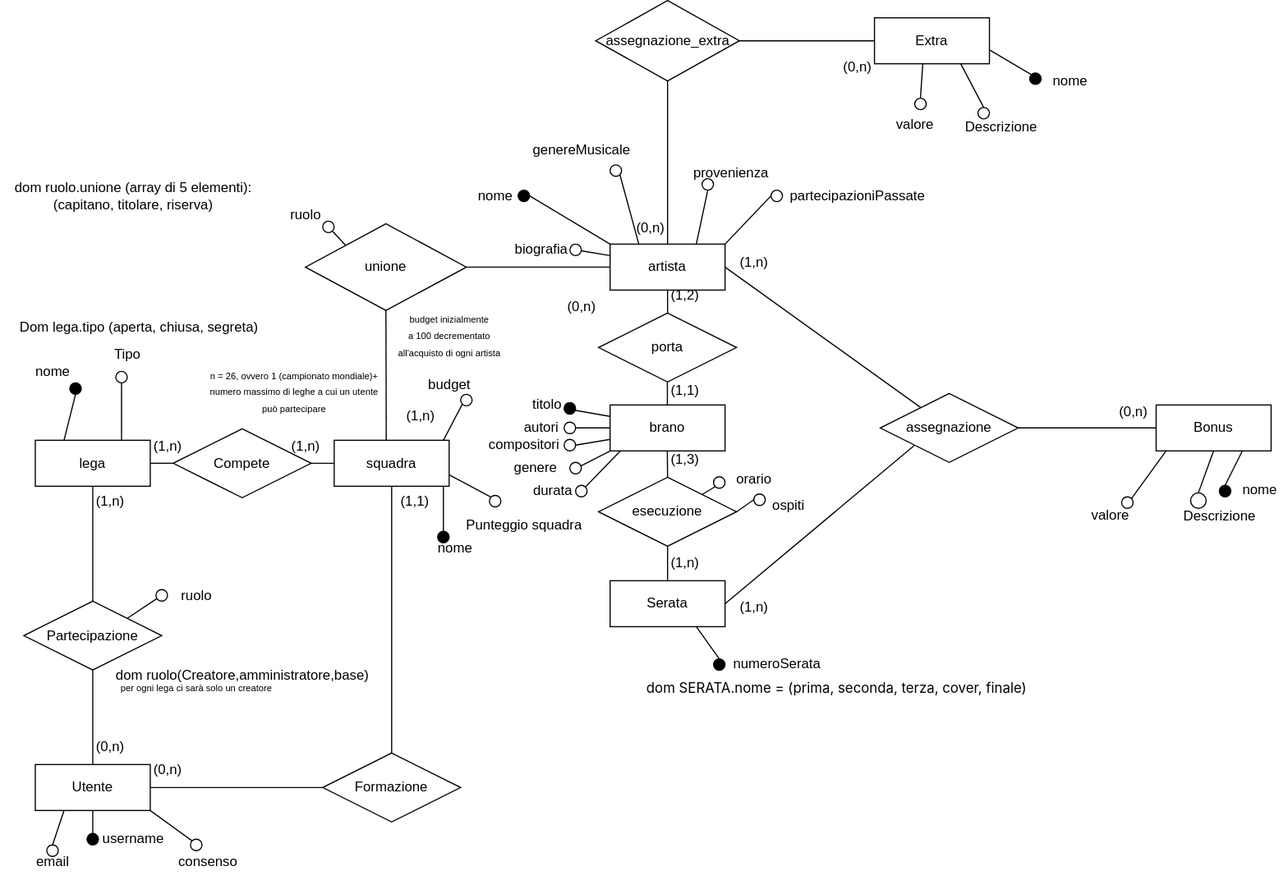
Before: ERPrimaConsegnaV2_0.drawio.svg, a diagram exported from draw.io (Gabriele-traversa/basati_datati_storati). Source tidied: cells renumbered, new cells last; positions are measured from the earlier drawing's top-left corner, leaving out a move shared by most shapes.
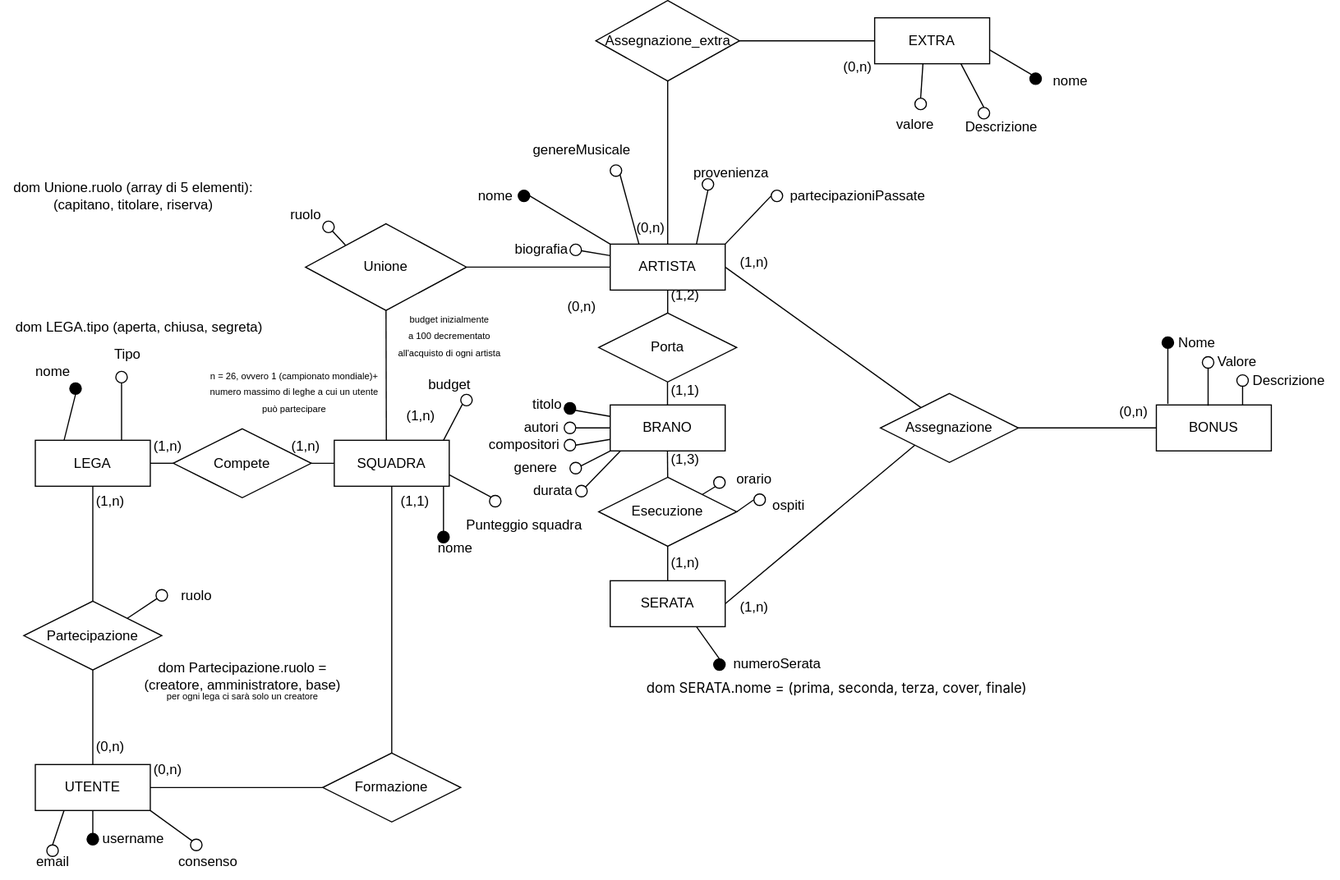
The same diagram one commit later.

Commit message:
se per caso cadesse michele de luca

Diff of the diagram source:
```diff
@@ -5,28 +5,28 @@
     <mxCell id="2" style="edgeStyle=none;html=1;exitX=1;exitY=0.5;exitDx=0;exitDy=0;entryX=0;entryY=1;entryDx=0;entryDy=0;endArrow=none;endFill=0;" parent="1" edge="1" source="3" target="10">
       <mxGeometry relative="1" as="geometry" />
     </mxCell>
-    <mxCell id="3" value="Serata" style="whiteSpace=wrap;html=1;align=center;" parent="1" vertex="1">
+    <mxCell id="3" value="SERATA" style="whiteSpace=wrap;html=1;align=center;" parent="1" vertex="1">
       <mxGeometry x="530" y="505" width="100" height="40" as="geometry" />
     </mxCell>
-    <mxCell id="4" value="esecuzione" style="shape=rhombus;perimeter=rhombusPerimeter;whiteSpace=wrap;html=1;align=center;" parent="1" vertex="1">
+    <mxCell id="4" value="Esecuzione" style="shape=rhombus;perimeter=rhombusPerimeter;whiteSpace=wrap;html=1;align=center;" parent="1" vertex="1">
       <mxGeometry x="520" y="415" width="120" height="60" as="geometry" />
     </mxCell>
-    <mxCell id="5" value="brano" style="whiteSpace=wrap;html=1;align=center;" parent="1" vertex="1">
+    <mxCell id="5" value="BRANO" style="whiteSpace=wrap;html=1;align=center;" parent="1" vertex="1">
       <mxGeometry x="530" y="352" width="100" height="40" as="geometry" />
     </mxCell>
-    <mxCell id="6" value="porta" style="shape=rhombus;perimeter=rhombusPerimeter;whiteSpace=wrap;html=1;align=center;" parent="1" vertex="1">
+    <mxCell id="6" value="Porta" style="shape=rhombus;perimeter=rhombusPerimeter;whiteSpace=wrap;html=1;align=center;" parent="1" vertex="1">
       <mxGeometry x="520" y="272" width="120" height="60" as="geometry" />
     </mxCell>
     <mxCell id="7" style="edgeStyle=none;html=1;exitX=1;exitY=0.5;exitDx=0;exitDy=0;endArrow=none;endFill=0;" parent="1" edge="1" source="8" target="10">
       <mxGeometry relative="1" as="geometry" />
     </mxCell>
-    <mxCell id="8" value="artista" style="whiteSpace=wrap;html=1;align=center;" parent="1" vertex="1">
+    <mxCell id="8" value="ARTISTA" style="whiteSpace=wrap;html=1;align=center;" parent="1" vertex="1">
       <mxGeometry x="530" y="212" width="100" height="40" as="geometry" />
     </mxCell>
     <mxCell id="9" style="edgeStyle=none;html=1;exitX=1;exitY=0.5;exitDx=0;exitDy=0;entryX=0;entryY=0.5;entryDx=0;entryDy=0;endArrow=none;endFill=0;" parent="1" edge="1" source="10" target="18">
       <mxGeometry relative="1" as="geometry" />
     </mxCell>
-    <mxCell id="10" value="assegnazione" style="shape=rhombus;perimeter=rhombusPerimeter;whiteSpace=wrap;html=1;align=center;" parent="1" vertex="1">
+    <mxCell id="10" value="Assegnazione" style="shape=rhombus;perimeter=rhombusPerimeter;whiteSpace=wrap;html=1;align=center;" parent="1" vertex="1">
       <mxGeometry x="765" y="342" width="120" height="60" as="geometry" />
     </mxCell>
     <mxCell id="11" style="edgeStyle=none;html=1;exitX=1;exitY=0.5;exitDx=0;exitDy=0;entryX=0;entryY=0.5;entryDx=0;entryDy=0;endArrow=none;endFill=0;" parent="1" edge="1" source="13" target="8">
@@ -35,7 +35,7 @@
     <mxCell id="12" style="edgeStyle=none;html=1;exitX=0.5;exitY=1;exitDx=0;exitDy=0;endArrow=none;endFill=0;entryX=0.453;entryY=-0.004;entryDx=0;entryDy=0;entryPerimeter=0;" parent="1" edge="1" source="13" target="24">
       <mxGeometry relative="1" as="geometry" />
     </mxCell>
-    <mxCell id="13" value="unione" style="shape=rhombus;perimeter=rhombusPerimeter;whiteSpace=wrap;html=1;align=center;" parent="1" vertex="1">
+    <mxCell id="13" value="Unione" style="shape=rhombus;perimeter=rhombusPerimeter;whiteSpace=wrap;html=1;align=center;" parent="1" vertex="1">
       <mxGeometry x="265" y="194.2" width="140" height="75.5" as="geometry" />
     </mxCell>
     <mxCell id="14" style="endArrow=none;html=1;rounded=0;entryX=0.5;entryY=1;entryDx=0;entryDy=0;exitX=0.5;exitY=0;exitDx=0;exitDy=0;" parent="1" edge="1" source="6" target="8">
@@ -57,7 +57,7 @@
         <mxPoint x="580" y="475" as="targetPoint" />
       </mxGeometry>
     </mxCell>
-    <mxCell id="18" value="Bonus" style="whiteSpace=wrap;html=1;align=center;" parent="1" vertex="1">
+    <mxCell id="18" value="BONUS" style="whiteSpace=wrap;html=1;align=center;" parent="1" vertex="1">
       <mxGeometry x="1005" y="352" width="100" height="40" as="geometry" />
     </mxCell>
     <mxCell id="19" style="edgeStyle=none;html=1;exitX=1;exitY=0.5;exitDx=0;exitDy=0;entryX=0;entryY=0.5;entryDx=0;entryDy=0;endArrow=none;endFill=0;" parent="1" edge="1" source="21" target="22">
@@ -66,16 +66,16 @@
     <mxCell id="20" style="edgeStyle=none;html=1;exitX=0.5;exitY=1;exitDx=0;exitDy=0;endArrow=none;endFill=0;" parent="1" edge="1" source="21" target="8">
       <mxGeometry relative="1" as="geometry" />
     </mxCell>
-    <mxCell id="21" value="assegnazione_extra" style="shape=rhombus;perimeter=rhombusPerimeter;whiteSpace=wrap;html=1;align=center;" parent="1" vertex="1">
+    <mxCell id="21" value="Assegnazione_extra" style="shape=rhombus;perimeter=rhombusPerimeter;whiteSpace=wrap;html=1;align=center;" parent="1" vertex="1">
       <mxGeometry x="517.5" width="125" height="70" as="geometry" />
     </mxCell>
-    <mxCell id="22" value="Extra" style="whiteSpace=wrap;html=1;align=center;" parent="1" vertex="1">
+    <mxCell id="22" value="EXTRA" style="whiteSpace=wrap;html=1;align=center;" parent="1" vertex="1">
       <mxGeometry x="760" y="15" width="100" height="40" as="geometry" />
     </mxCell>
     <mxCell id="23" style="edgeStyle=none;html=1;exitX=0.5;exitY=1;exitDx=0;exitDy=0;entryX=0.5;entryY=0;entryDx=0;entryDy=0;endArrow=none;endFill=0;" parent="1" edge="1" source="24" target="33">
       <mxGeometry relative="1" as="geometry" />
     </mxCell>
-    <mxCell id="24" value="squadra" style="whiteSpace=wrap;html=1;align=center;" parent="1" vertex="1">
+    <mxCell id="24" value="SQUADRA" style="whiteSpace=wrap;html=1;align=center;" parent="1" vertex="1">
       <mxGeometry x="290" y="382.8" width="100" height="40" as="geometry" />
     </mxCell>
     <mxCell id="25" value="orario" style="text;html=1;align=center;verticalAlign=middle;strokeColor=none;fillColor=none;" parent="1" vertex="1">
@@ -87,7 +87,7 @@
     <mxCell id="27" style="edgeStyle=none;html=1;exitX=0.5;exitY=1;exitDx=0;exitDy=0;entryX=0.5;entryY=0;entryDx=0;entryDy=0;endArrow=none;endFill=0;" parent="1" edge="1" source="28" target="54">
       <mxGeometry relative="1" as="geometry" />
     </mxCell>
-    <mxCell id="28" value="Utente" style="whiteSpace=wrap;html=1;align=center;" parent="1" vertex="1">
+    <mxCell id="28" value="UTENTE" style="whiteSpace=wrap;html=1;align=center;" parent="1" vertex="1">
       <mxGeometry x="30" y="665" width="100" height="40" as="geometry" />
     </mxCell>
     <mxCell id="29" style="edgeStyle=none;html=1;exitX=0.5;exitY=1;exitDx=0;exitDy=0;endArrow=none;endFill=0;" parent="1" edge="1" source="32" target="28">
@@ -113,7 +113,7 @@
     <mxCell id="35" style="edgeStyle=none;html=1;exitX=1;exitY=0.5;exitDx=0;exitDy=0;entryX=0;entryY=0.5;entryDx=0;entryDy=0;endArrow=none;endFill=0;" parent="1" edge="1" source="36" target="34">
       <mxGeometry relative="1" as="geometry" />
     </mxCell>
-    <mxCell id="36" value="lega" style="whiteSpace=wrap;html=1;align=center;" parent="1" vertex="1">
+    <mxCell id="36" value="LEGA" style="whiteSpace=wrap;html=1;align=center;" parent="1" vertex="1">
       <mxGeometry x="30" y="382.8" width="100" height="40" as="geometry" />
     </mxCell>
     <mxCell id="37" value="(1,3)" style="text;html=1;align=center;verticalAlign=middle;strokeColor=none;fillColor=none;" parent="1" vertex="1">
@@ -143,7 +143,7 @@
     <mxCell id="45" value="ruolo" style="text;html=1;align=center;verticalAlign=middle;strokeColor=none;fillColor=none;" parent="1" vertex="1">
       <mxGeometry x="240" y="172" width="50" height="30" as="geometry" />
     </mxCell>
-    <mxCell id="46" value="dom ruolo.unione (array di 5 elementi):&amp;nbsp;&lt;br&gt;&lt;span style=&quot;background-color: transparent;&quot;&gt;(capitano, titolare, riserva)&lt;/span&gt;" style="text;html=1;align=center;verticalAlign=middle;strokeColor=none;fillColor=none;" parent="1" vertex="1">
+    <mxCell id="46" value="dom Unione.ruolo (array di 5 elementi):&amp;nbsp;&lt;br&gt;&lt;span style=&quot;background-color: transparent;&quot;&gt;(capitano, titolare, riserva)&lt;/span&gt;" style="text;html=1;align=center;verticalAlign=middle;strokeColor=none;fillColor=none;" parent="1" vertex="1">
       <mxGeometry y="150" width="230" height="40" as="geometry" />
     </mxCell>
     <mxCell id="47" value="(1,n)" style="text;html=1;align=center;verticalAlign=middle;strokeColor=none;fillColor=none;" parent="1" vertex="1">
@@ -179,11 +179,11 @@
     <mxCell id="57" value="email" style="text;html=1;align=center;verticalAlign=middle;strokeColor=none;fillColor=none;" parent="1" vertex="1">
       <mxGeometry x="20" y="735" width="50" height="30" as="geometry" />
     </mxCell>
-    <mxCell id="58" value="dom ruolo(Creatore,amministratore,base)" style="text;html=1;align=center;verticalAlign=middle;strokeColor=none;fillColor=none;" parent="1" vertex="1">
-      <mxGeometry x="90" y="572.8" width="240" height="30" as="geometry" />
+    <mxCell id="58" value="dom Partecipazione.ruolo = &lt;br&gt;(creatore, amministratore, base)" style="text;html=1;align=center;verticalAlign=middle;strokeColor=none;fillColor=none;" parent="1" vertex="1">
+      <mxGeometry x="115" y="567.8" width="190" height="40" as="geometry" />
     </mxCell>
     <mxCell id="59" value="&lt;font style=&quot;font-size: 8px;&quot;&gt;per ogni lega ci sarà solo un creatore&lt;/font&gt;" style="text;html=1;align=center;verticalAlign=middle;strokeColor=none;fillColor=none;" parent="1" vertex="1">
-      <mxGeometry x="90" y="582.8" width="160" height="30" as="geometry" />
+      <mxGeometry x="130" y="589.8" width="160" height="30" as="geometry" />
     </mxCell>
     <mxCell id="60" style="edgeStyle=none;html=1;exitX=1;exitY=0;exitDx=0;exitDy=0;endArrow=none;endFill=0;" parent="1" edge="1" source="32" target="61">
       <mxGeometry relative="1" as="geometry" />
@@ -246,8 +246,8 @@
     <mxCell id="78" value="Tipo" style="text;html=1;align=center;verticalAlign=middle;strokeColor=none;fillColor=none;" parent="1" vertex="1">
       <mxGeometry x="85" y="292.8" width="50" height="30" as="geometry" />
     </mxCell>
-    <mxCell id="79" value="Dom lega.tipo (aperta, chiusa, segreta)" style="text;html=1;align=center;verticalAlign=middle;strokeColor=none;fillColor=none;" parent="1" vertex="1">
-      <mxGeometry x="5" y="269.8" width="230" height="30" as="geometry" />
+    <mxCell id="79" value="dom LEGA.tipo (aperta, chiusa, segreta)" style="text;html=1;align=center;verticalAlign=middle;strokeColor=none;fillColor=none;" parent="1" vertex="1">
+      <mxGeometry y="269.8" width="240" height="30" as="geometry" />
     </mxCell>
     <mxCell id="80" style="edgeStyle=none;html=1;exitX=0;exitY=0.5;exitDx=0;exitDy=0;endArrow=none;endFill=0;entryX=1;entryY=0.5;entryDx=0;entryDy=0;" parent="1" edge="1" source="81" target="4">
       <mxGeometry relative="1" as="geometry" />
@@ -362,32 +362,14 @@
     <mxCell id="116" value="valore" style="text;html=1;align=center;verticalAlign=middle;strokeColor=none;fillColor=none;" parent="1" vertex="1">
       <mxGeometry x="765" y="93" width="60" height="30" as="geometry" />
     </mxCell>
-    <mxCell id="117" style="edgeStyle=none;html=1;entryX=0.75;entryY=1;entryDx=0;entryDy=0;endArrow=none;endFill=0;exitX=0.5;exitY=0;exitDx=0;exitDy=0;" parent="1" edge="1" source="118" target="18">
-      <mxGeometry relative="1" as="geometry" />
-    </mxCell>
-    <mxCell id="118" style="ellipse;whiteSpace=wrap;html=1;fillColor=#000000;" parent="1" vertex="1">
-      <mxGeometry x="1060" y="422" width="10" height="10" as="geometry" />
-    </mxCell>
-    <mxCell id="119" style="edgeStyle=none;html=1;exitX=0.5;exitY=0;exitDx=0;exitDy=0;entryX=0.5;entryY=1;entryDx=0;entryDy=0;endArrow=none;endFill=0;" parent="1" edge="1" source="120" target="18">
-      <mxGeometry relative="1" as="geometry" />
-    </mxCell>
-    <mxCell id="120" style="ellipse;whiteSpace=wrap;html=1;fillColor=none;" parent="1" vertex="1">
-      <mxGeometry x="1035" y="428.5" width="13.5" height="13.5" as="geometry" />
-    </mxCell>
-    <mxCell id="121" value="nome" style="text;html=1;align=center;verticalAlign=middle;strokeColor=none;fillColor=none;" parent="1" vertex="1">
-      <mxGeometry x="1070" y="410.8" width="50" height="30" as="geometry" />
+    <mxCell id="121" value="Nome" style="text;html=1;align=center;verticalAlign=middle;strokeColor=none;fillColor=none;" parent="1" vertex="1">
+      <mxGeometry x="1010" y="282.8" width="60" height="30" as="geometry" />
     </mxCell>
     <mxCell id="122" value="Descrizione" style="text;html=1;align=center;verticalAlign=middle;strokeColor=none;fillColor=none;" parent="1" vertex="1">
-      <mxGeometry x="1015" y="434" width="90" height="30" as="geometry" />
+      <mxGeometry x="1075" y="315.8" width="90" height="30" as="geometry" />
     </mxCell>
-    <mxCell id="123" style="edgeStyle=none;html=1;entryX=1;entryY=0;entryDx=0;entryDy=0;endArrow=none;endFill=0;strokeColor=default;exitX=0.09;exitY=0.987;exitDx=0;exitDy=0;exitPerimeter=0;" parent="1" edge="1" source="18" target="124">
-      <mxGeometry relative="1" as="geometry" />
-    </mxCell>
-    <mxCell id="124" style="ellipse;whiteSpace=wrap;html=1;fillColor=none;" parent="1" vertex="1">
-      <mxGeometry x="975" y="432" width="10" height="10" as="geometry" />
-    </mxCell>
-    <mxCell id="125" value="valore" style="text;html=1;align=center;verticalAlign=middle;strokeColor=none;fillColor=none;" parent="1" vertex="1">
-      <mxGeometry x="935" y="433" width="60" height="30" as="geometry" />
+    <mxCell id="125" value="Valore" style="text;html=1;align=center;verticalAlign=middle;strokeColor=none;fillColor=none;" parent="1" vertex="1">
+      <mxGeometry x="1045" y="300" width="60" height="30" as="geometry" />
     </mxCell>
     <mxCell id="126" style="edgeStyle=none;html=1;entryX=1;entryY=0.5;entryDx=0;entryDy=0;endArrow=none;endFill=0;strokeColor=default;" parent="1" edge="1" target="129">
       <mxGeometry relative="1" as="geometry">
@@ -459,5 +441,30 @@
     <mxCell id="145" value="&lt;span style=&quot;font-family: -apple-system, &amp;quot;system-ui&amp;quot;, &amp;quot;Segoe UI&amp;quot;, &amp;quot;Noto Sans&amp;quot;, Helvetica, Arial, sans-serif, &amp;quot;Apple Color Emoji&amp;quot;, &amp;quot;Segoe UI Emoji&amp;quot;; font-style: normal; font-variant-ligatures: normal; font-variant-caps: normal; font-weight: 400; letter-spacing: normal; orphans: 2; text-align: start; text-indent: 0px; text-transform: none; widows: 2; word-spacing: 0px; -webkit-text-stroke-width: 0px; white-space: normal; text-decoration-thickness: initial; text-decoration-style: initial; text-decoration-color: initial; float: none; display: inline !important;&quot;&gt;&lt;font style=&quot;color: rgb(0, 0, 0); font-size: 12px;&quot;&gt;dom SERATA.nome = (prima, seconda, terza, cover, finale)&lt;/font&gt;&lt;/span&gt;" style="text;whiteSpace=wrap;html=1;" parent="1" vertex="1">
       <mxGeometry x="560" y="584.8" width="450" height="40" as="geometry" />
     </mxCell>
+    <mxCell id="146" style="endArrow=none;html=1;" parent="1" edge="1" target="118">
+      <mxGeometry relative="1" as="geometry">
+        <mxPoint x="1015" y="351" as="sourcePoint" />
+      </mxGeometry>
+    </mxCell>
+    <mxCell id="118" style="ellipse;whiteSpace=wrap;html=1;fillColor=#000000;" parent="1" vertex="1">
+      <mxGeometry x="1010" y="292.8" width="10" height="10" as="geometry" />
+    </mxCell>
+    <mxCell id="147" style="endArrow=none;html=1;exitX=0.25;exitY=0;exitDx=0;exitDy=0;" parent="1" edge="1" target="124">
+      <mxGeometry relative="1" as="geometry">
+        <mxPoint x="1050" y="352.8" as="sourcePoint" />
+      </mxGeometry>
+    </mxCell>
+    <mxCell id="124" style="ellipse;whiteSpace=wrap;html=1;fillColor=none;" parent="1" vertex="1">
+      <mxGeometry x="1045" y="310" width="10" height="10" as="geometry" />
+    </mxCell>
+    <mxCell id="148" style="endArrow=none;html=1;exitX=0.25;exitY=0;exitDx=0;exitDy=0;" parent="1" edge="1">
+      <mxGeometry relative="1" as="geometry">
+        <mxPoint x="1080" y="352" as="sourcePoint" />
+        <mxPoint x="1080" y="335.8" as="targetPoint" />
+      </mxGeometry>
+    </mxCell>
+    <mxCell id="149" style="ellipse;whiteSpace=wrap;html=1;fillColor=none;" parent="1" vertex="1">
+      <mxGeometry x="1075" y="325.8" width="10" height="10" as="geometry" />
+    </mxCell>
   </root>
 </mxGraphModel>
```
